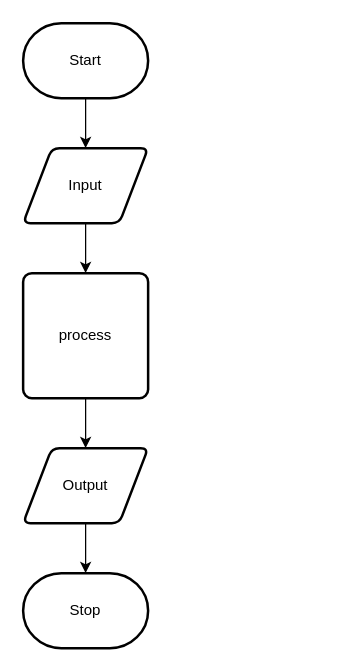
Before: design/flow-chart.drawio in ashley-monaghan/ICS20R-Unit-6-02, a draw.io diagram. Source tidied: cells renumbered, new cells numbered last; positions are measured from the earlier drawing's top-left corner, leaving out a move shared by most shapes. Both pictures are drawn from the tidied source at 125%, with x=0, y=0 at pixel (22, 22).
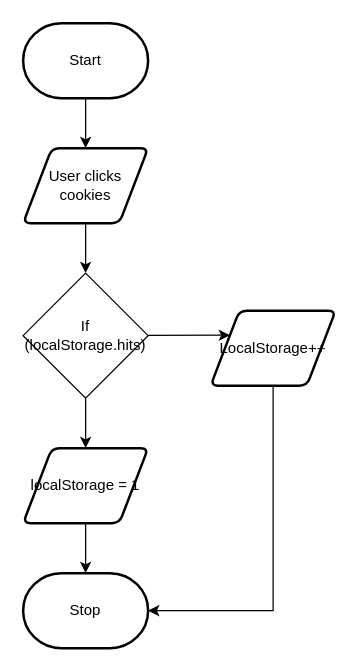
After the change.

The edit, as a diff of the source:
```diff
@@
 <mxGraphModel>
   <root>
     <mxCell id="0" />
     <mxCell id="1" parent="0" />
     <mxCell id="2" style="edgeStyle=none;html=1;" parent="1" edge="1" source="3" target="5">
       <mxGeometry relative="1" as="geometry" />
     </mxCell>
     <mxCell id="3" value="Start" style="strokeWidth=2;html=1;shape=mxgraph.flowchart.terminator;whiteSpace=wrap;" parent="1" vertex="1">
       <mxGeometry width="100" height="60" as="geometry" />
     </mxCell>
-    <mxCell id="4" style="edgeStyle=none;html=1;" parent="1" edge="1" source="5" target="7">
-      <mxGeometry relative="1" as="geometry" />
+    <mxCell id="4" style="edgeStyle=none;html=1;" parent="1" edge="1" source="5">
+      <mxGeometry relative="1" as="geometry">
+        <mxPoint x="50" y="200" as="targetPoint" />
+      </mxGeometry>
     </mxCell>
-    <mxCell id="5" value="Input" style="shape=parallelogram;html=1;strokeWidth=2;perimeter=parallelogramPerimeter;whiteSpace=wrap;rounded=1;arcSize=12;size=0.23;" parent="1" vertex="1">
+    <mxCell id="5" value="User clicks cookies" style="shape=parallelogram;html=1;strokeWidth=2;perimeter=parallelogramPerimeter;whiteSpace=wrap;rounded=1;arcSize=12;size=0.23;" parent="1" vertex="1">
       <mxGeometry y="100" width="100" height="60" as="geometry" />
     </mxCell>
-    <mxCell id="6" style="edgeStyle=none;html=1;" parent="1" edge="1" source="7" target="9">
-      <mxGeometry relative="1" as="geometry" />
+    <mxCell id="6" style="edgeStyle=none;html=1;" parent="1" edge="1" target="9">
+      <mxGeometry relative="1" as="geometry">
+        <mxPoint x="50" y="300" as="sourcePoint" />
+      </mxGeometry>
     </mxCell>
-    <mxCell id="7" value="process" style="rounded=1;whiteSpace=wrap;html=1;absoluteArcSize=1;arcSize=14;strokeWidth=2;" parent="1" vertex="1">
-      <mxGeometry y="200" width="100" height="100" as="geometry" />
-    </mxCell>
     <mxCell id="8" style="edgeStyle=none;html=1;" parent="1" edge="1" source="9" target="10">
       <mxGeometry relative="1" as="geometry" />
     </mxCell>
-    <mxCell id="9" value="Output" style="shape=parallelogram;html=1;strokeWidth=2;perimeter=parallelogramPerimeter;whiteSpace=wrap;rounded=1;arcSize=12;size=0.23;" parent="1" vertex="1">
+    <mxCell id="9" value="localStorage = 1" style="shape=parallelogram;html=1;strokeWidth=2;perimeter=parallelogramPerimeter;whiteSpace=wrap;rounded=1;arcSize=12;size=0.23;" parent="1" vertex="1">
       <mxGeometry y="340" width="100" height="60" as="geometry" />
     </mxCell>
     <mxCell id="10" value="Stop" style="strokeWidth=2;html=1;shape=mxgraph.flowchart.terminator;whiteSpace=wrap;" parent="1" vertex="1">
       <mxGeometry y="440" width="100" height="60" as="geometry" />
     </mxCell>
+    <mxCell id="11" style="edgeStyle=none;html=1;entryX=0;entryY=0.25;entryDx=0;entryDy=0;" parent="1" edge="1" source="12" target="14">
+      <mxGeometry relative="1" as="geometry" />
+    </mxCell>
+    <mxCell id="12" value="If (localStorage.hits)" style="rhombus;whiteSpace=wrap;html=1;" parent="1" vertex="1">
+      <mxGeometry y="200" width="100" height="100" as="geometry" />
+    </mxCell>
+    <mxCell id="13" style="edgeStyle=none;html=1;rounded=0;" parent="1" edge="1" source="14" target="10">
+      <mxGeometry relative="1" as="geometry">
+        <Array as="points">
+          <mxPoint x="200" y="470" />
+        </Array>
+      </mxGeometry>
+    </mxCell>
+    <mxCell id="14" value="LocalStorage++" style="shape=parallelogram;html=1;strokeWidth=2;perimeter=parallelogramPerimeter;whiteSpace=wrap;rounded=1;arcSize=12;size=0.23;" parent="1" vertex="1">
+      <mxGeometry x="150" y="230" width="100" height="60" as="geometry" />
+    </mxCell>
   </root>
 </mxGraphModel>
```
